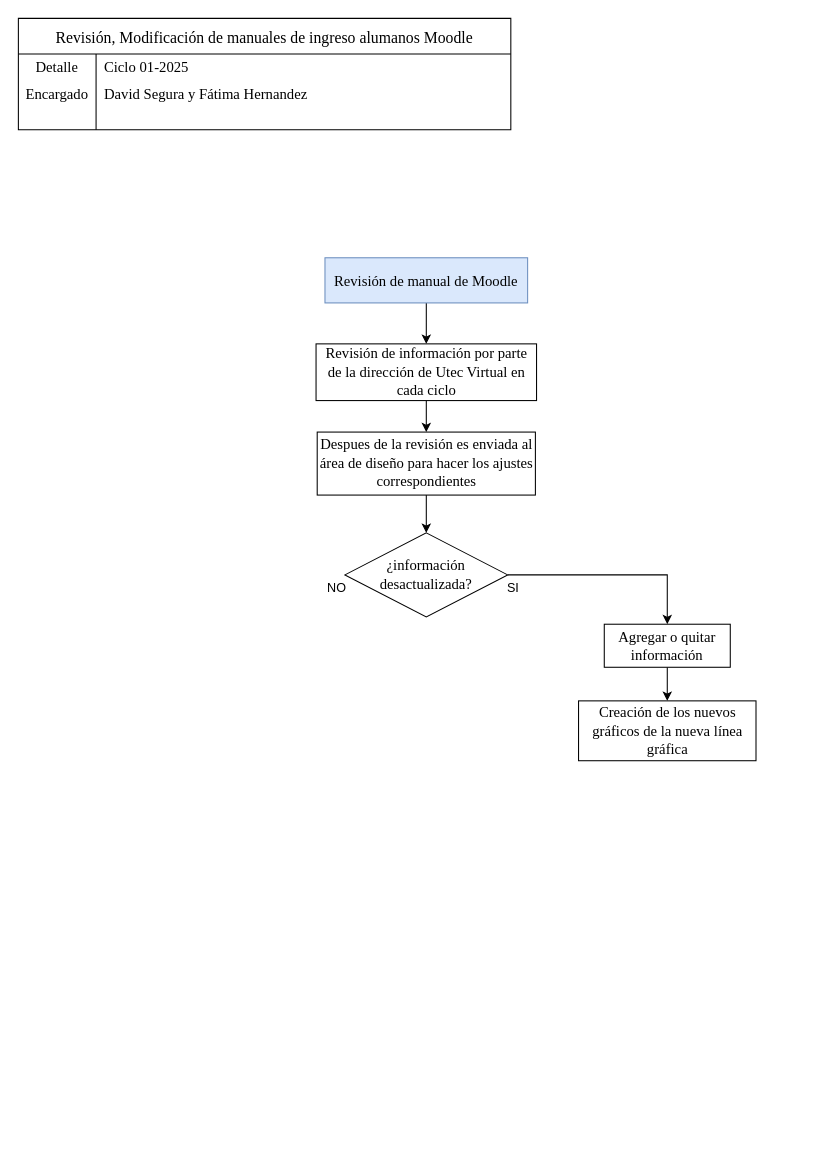
lobo200410/diagramas keeps this draw.io diagram as Proceso 4/Revisión, modificación de manuales de ingreso alumnos -Moodle.drawio. Above is the earlier version. Source tidied: cells renumbered, new cells numbered last; positions are measured from the earlier drawing's top-left corner, leaving out a move shared by most shapes. Both pictures are drawn from the tidied source at 105%, with x=0, y=0 at pixel (18, 18).
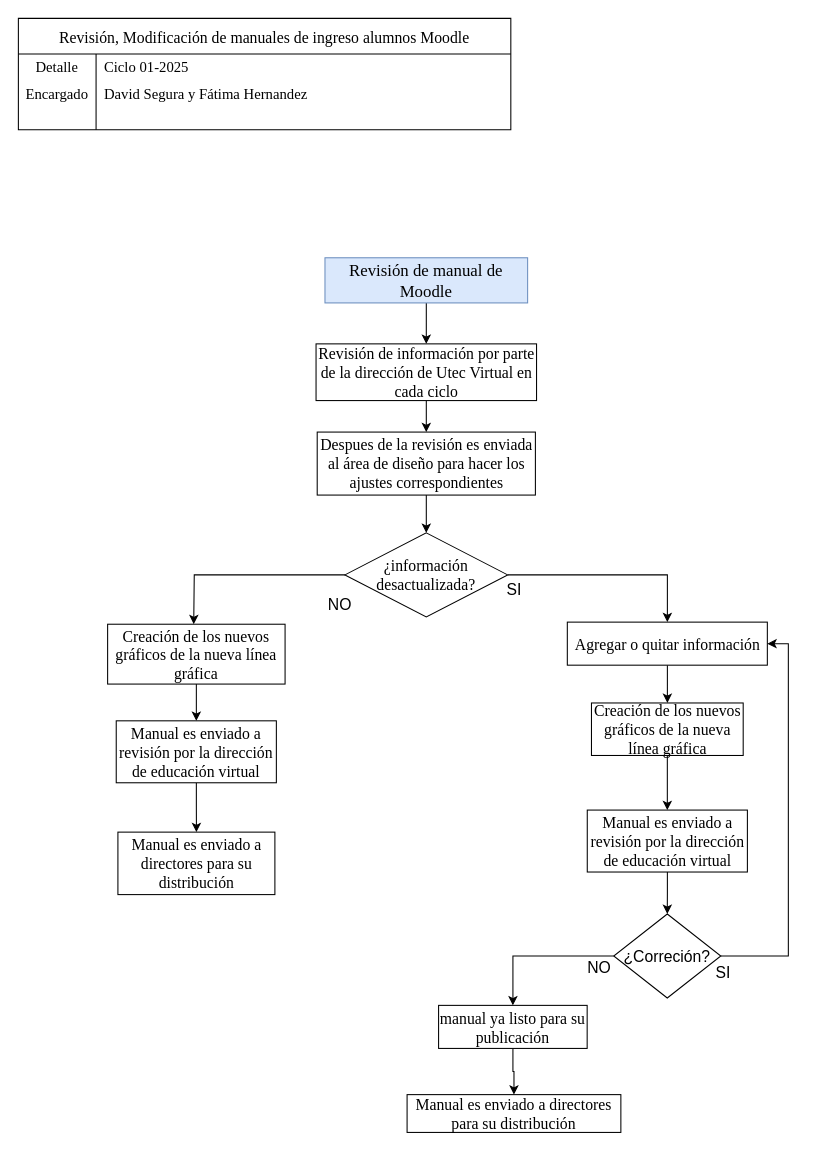
The same diagram, later.

The edit, as a diff of the source:
```diff
@@
-    <mxCell id="3" value="Revisión, Modificación de manuales de ingreso alumanos Moodle" style="shape=table;startSize=34;childLayout=tableLayout;rowLines=0;fontStyle=0;fontSize=15;fontFamily=Times New Roman;" parent="1" vertex="1">
+    <mxCell id="3" value="Revisión, Modificación de manuales de ingreso alumnos Moodle" style="shape=table;startSize=34;childLayout=tableLayout;rowLines=0;fontStyle=0;fontSize=15;fontFamily=Times New Roman;" parent="1" vertex="1">
       <mxGeometry width="469" height="106" as="geometry" />
     </mxCell>
@@
-    <mxCell id="13" style="edgeStyle=orthogonalEdgeStyle;rounded=0;jettySize=auto;html=1;" parent="1" edge="1" source="14" target="16">
+    <mxCell id="13" style="edgeStyle=orthogonalEdgeStyle;rounded=0;jettySize=auto;html=1;fontSize=15;" parent="1" edge="1" source="14" target="16">
       <mxGeometry relative="1" as="geometry" />
     </mxCell>
-    <mxCell id="14" value="&lt;font face=&quot;Times New Roman&quot;&gt;Revisión de manual de Moodle&lt;/font&gt;" style="rounded=0;whiteSpace=wrap;html=1;fillColor=#dae8fc;strokeColor=#6c8ebf;fontSize=14;" parent="1" vertex="1">
+    <mxCell id="14" value="&lt;font style=&quot;font-size: 16px;&quot; face=&quot;Times New Roman&quot;&gt;Revisión de manual de Moodle&lt;/font&gt;" style="rounded=0;whiteSpace=wrap;html=1;fillColor=#dae8fc;strokeColor=#6c8ebf;fontSize=15;" parent="1" vertex="1">
       <mxGeometry x="292" y="228" width="193" height="43" as="geometry" />
     </mxCell>
-    <mxCell id="15" style="edgeStyle=orthogonalEdgeStyle;rounded=0;jettySize=auto;html=1;" parent="1" edge="1" source="16" target="18">
+    <mxCell id="15" style="edgeStyle=orthogonalEdgeStyle;rounded=0;jettySize=auto;html=1;fontSize=15;" parent="1" edge="1" source="16" target="18">
       <mxGeometry relative="1" as="geometry" />
     </mxCell>
-    <mxCell id="16" value="&lt;font face=&quot;Times New Roman&quot;&gt;Revisión de información por parte de la dirección de Utec Virtual en cada ciclo&lt;/font&gt;" style="rounded=0;whiteSpace=wrap;html=1;fontSize=14;" parent="1" vertex="1">
+    <mxCell id="16" value="&lt;font face=&quot;Times New Roman&quot;&gt;Revisión de información por parte de la dirección de Utec Virtual en cada ciclo&lt;/font&gt;" style="rounded=0;whiteSpace=wrap;html=1;fontSize=15;" parent="1" vertex="1">
       <mxGeometry x="283.5" y="310" width="210" height="54" as="geometry" />
     </mxCell>
-    <mxCell id="17" style="edgeStyle=orthogonalEdgeStyle;rounded=0;jettySize=auto;html=1;" parent="1" edge="1" source="18" target="20">
+    <mxCell id="17" style="edgeStyle=orthogonalEdgeStyle;rounded=0;jettySize=auto;html=1;fontSize=15;" parent="1" edge="1" source="18" target="20">
       <mxGeometry relative="1" as="geometry" />
     </mxCell>
-    <mxCell id="18" value="&lt;font face=&quot;Times New Roman&quot;&gt;Despues de la revisión es enviada al área de diseño para hacer los ajustes correspondientes&lt;/font&gt;" style="whiteSpace=wrap;html=1;fontSize=14;rounded=0;" parent="1" vertex="1">
+    <mxCell id="18" value="&lt;font face=&quot;Times New Roman&quot;&gt;Despues de la revisión es enviada al área de diseño para hacer los ajustes correspondientes&lt;/font&gt;" style="whiteSpace=wrap;html=1;fontSize=15;rounded=0;" parent="1" vertex="1">
       <mxGeometry x="284.6" y="394" width="207.8" height="60" as="geometry" />
     </mxCell>
-    <mxCell id="19" style="edgeStyle=orthogonalEdgeStyle;rounded=0;jettySize=auto;html=1;" parent="1" edge="1" source="20" target="24">
+    <mxCell id="19" style="edgeStyle=orthogonalEdgeStyle;rounded=0;jettySize=auto;html=1;fontSize=15;" parent="1" edge="1" source="20" target="24">
       <mxGeometry relative="1" as="geometry" />
     </mxCell>
+    <mxCell id="26" style="edgeStyle=orthogonalEdgeStyle;rounded=0;jettySize=auto;html=1;fontSize=15;" parent="1" edge="1" source="20">
+      <mxGeometry relative="1" as="geometry">
+        <mxPoint x="167" y="577" as="targetPoint" />
+      </mxGeometry>
+    </mxCell>
-    <mxCell id="20" value="&lt;font face=&quot;Times New Roman&quot;&gt;¿información desactualizada?&lt;/font&gt;" style="rhombus;whiteSpace=wrap;html=1;fontSize=14;rounded=0;" parent="1" vertex="1">
+    <mxCell id="20" value="&lt;font face=&quot;Times New Roman&quot;&gt;¿información desactualizada?&lt;/font&gt;" style="rhombus;whiteSpace=wrap;html=1;fontSize=15;rounded=0;" parent="1" vertex="1">
       <mxGeometry x="311" y="490" width="155" height="80" as="geometry" />
     </mxCell>
-    <mxCell id="21" value="NO" style="text;html=1;align=center;verticalAlign=middle;strokeColor=none;fillColor=none;" parent="1" vertex="1">
-      <mxGeometry x="284.6" y="530" width="36" height="26" as="geometry" />
+    <mxCell id="21" value="NO" style="text;html=1;align=center;verticalAlign=middle;strokeColor=none;fillColor=none;fontSize=15;" parent="1" vertex="1">
+      <mxGeometry x="285" y="543" width="41" height="30" as="geometry" />
     </mxCell>
-    <mxCell id="22" value="SI" style="text;html=1;align=center;verticalAlign=middle;strokeColor=none;fillColor=none;" parent="1" vertex="1">
-      <mxGeometry x="456" y="530" width="29" height="26" as="geometry" />
+    <mxCell id="22" value="SI" style="text;html=1;align=center;verticalAlign=middle;strokeColor=none;fillColor=none;fontSize=15;" parent="1" vertex="1">
+      <mxGeometry x="456" y="529" width="32" height="30" as="geometry" />
     </mxCell>
-    <mxCell id="23" style="edgeStyle=orthogonalEdgeStyle;rounded=0;jettySize=auto;html=1;" parent="1" edge="1" source="24" target="25">
+    <mxCell id="23" style="edgeStyle=orthogonalEdgeStyle;rounded=0;jettySize=auto;html=1;fontSize=15;" parent="1" edge="1" source="24" target="25">
       <mxGeometry relative="1" as="geometry" />
     </mxCell>
-    <mxCell id="24" value="&lt;font face=&quot;Times New Roman&quot;&gt;Agregar o quitar información&lt;/font&gt;" style="whiteSpace=wrap;html=1;fontSize=14;rounded=0;" parent="1" vertex="1">
-      <mxGeometry x="558" y="577" width="120" height="41" as="geometry" />
+    <mxCell id="24" value="&lt;font face=&quot;Times New Roman&quot;&gt;Agregar o quitar información&lt;/font&gt;" style="whiteSpace=wrap;html=1;fontSize=15;rounded=0;" parent="1" vertex="1">
+      <mxGeometry x="522.8" y="575" width="190.5" height="41" as="geometry" />
     </mxCell>
+    <mxCell id="27" style="edgeStyle=orthogonalEdgeStyle;rounded=0;jettySize=auto;html=1;fontSize=15;" parent="1" edge="1" source="25" target="33">
+      <mxGeometry relative="1" as="geometry" />
+    </mxCell>
-    <mxCell id="25" value="&lt;font face=&quot;Times New Roman&quot;&gt;Creación de los nuevos gráficos de la nueva línea gráfica&lt;/font&gt;" style="whiteSpace=wrap;html=1;fontSize=14;rounded=0;" parent="1" vertex="1">
-      <mxGeometry x="533.5" y="650" width="169" height="57" as="geometry" />
+    <mxCell id="25" value="&lt;font face=&quot;Times New Roman&quot;&gt;Creación de los nuevos gráficos de la nueva línea gráfica&lt;/font&gt;" style="whiteSpace=wrap;html=1;fontSize=15;rounded=0;" parent="1" vertex="1">
+      <mxGeometry x="545.8" y="652" width="144.5" height="50" as="geometry" />
     </mxCell>
+    <mxCell id="28" style="edgeStyle=orthogonalEdgeStyle;rounded=0;jettySize=auto;html=1;fontSize=15;" parent="1" edge="1" source="29" target="31">
+      <mxGeometry relative="1" as="geometry" />
+    </mxCell>
+    <mxCell id="29" value="&lt;font face=&quot;Times New Roman&quot;&gt;Creación de los nuevos gráficos de la nueva línea gráfica&lt;/font&gt;" style="whiteSpace=wrap;html=1;fontSize=15;rounded=0;" parent="1" vertex="1">
+      <mxGeometry x="85" y="577" width="169" height="57" as="geometry" />
+    </mxCell>
+    <mxCell id="30" style="edgeStyle=orthogonalEdgeStyle;rounded=0;jettySize=auto;html=1;fontSize=15;" parent="1" edge="1" source="31" target="42">
+      <mxGeometry relative="1" as="geometry" />
+    </mxCell>
+    <mxCell id="31" value="&lt;font face=&quot;Times New Roman&quot;&gt;Manual es enviado a revisión por la dirección de educación virtual&lt;/font&gt;" style="whiteSpace=wrap;html=1;fontSize=15;rounded=0;" parent="1" vertex="1">
+      <mxGeometry x="93.2" y="669" width="152.5" height="59" as="geometry" />
+    </mxCell>
+    <mxCell id="32" style="edgeStyle=orthogonalEdgeStyle;rounded=0;jettySize=auto;html=1;fontSize=15;" parent="1" edge="1" source="33" target="36">
+      <mxGeometry relative="1" as="geometry" />
+    </mxCell>
+    <mxCell id="33" value="&lt;font face=&quot;Times New Roman&quot;&gt;Manual es enviado a revisión por la dirección de educación virtual&lt;/font&gt;" style="whiteSpace=wrap;html=1;fontSize=15;rounded=0;" parent="1" vertex="1">
+      <mxGeometry x="541.8" y="754" width="152.5" height="59" as="geometry" />
+    </mxCell>
+    <mxCell id="34" style="edgeStyle=orthogonalEdgeStyle;rounded=0;jettySize=auto;html=1;exitX=1;exitY=0.5;exitDx=0;exitDy=0;entryX=1;entryY=0.5;entryDx=0;entryDy=0;fontSize=15;" parent="1" edge="1" source="36" target="24">
+      <mxGeometry relative="1" as="geometry" />
+    </mxCell>
+    <mxCell id="35" style="edgeStyle=orthogonalEdgeStyle;rounded=0;jettySize=auto;html=1;fontSize=15;" parent="1" edge="1" source="36" target="39">
+      <mxGeometry relative="1" as="geometry" />
+    </mxCell>
+    <mxCell id="36" value="¿Correción?" style="rhombus;whiteSpace=wrap;html=1;fontSize=15;rounded=0;" parent="1" vertex="1">
+      <mxGeometry x="567" y="853" width="102" height="80" as="geometry" />
+    </mxCell>
+    <mxCell id="37" value="SI" style="text;html=1;align=center;verticalAlign=middle;strokeColor=none;fillColor=none;fontSize=15;" parent="1" vertex="1">
+      <mxGeometry x="655" y="893" width="32" height="30" as="geometry" />
+    </mxCell>
+    <mxCell id="38" style="edgeStyle=orthogonalEdgeStyle;rounded=0;jettySize=auto;html=1;fontSize=15;" parent="1" edge="1" source="39" target="41">
+      <mxGeometry relative="1" as="geometry" />
+    </mxCell>
+    <mxCell id="39" value="&lt;font face=&quot;Times New Roman&quot;&gt;manual ya listo para su publicación&lt;/font&gt;" style="whiteSpace=wrap;html=1;fontSize=15;rounded=0;" parent="1" vertex="1">
+      <mxGeometry x="400.2" y="940" width="141.5" height="41" as="geometry" />
+    </mxCell>
+    <mxCell id="40" value="NO&lt;div&gt;&lt;br&gt;&lt;/div&gt;" style="text;html=1;align=center;verticalAlign=middle;strokeColor=none;fillColor=none;fontSize=15;" parent="1" vertex="1">
+      <mxGeometry x="532.8" y="889" width="41" height="48" as="geometry" />
+    </mxCell>
+    <mxCell id="41" value="&lt;font face=&quot;Times New Roman&quot;&gt;Manual es enviado a directores para su distribución&lt;/font&gt;" style="whiteSpace=wrap;html=1;fontSize=15;rounded=0;" parent="1" vertex="1">
+      <mxGeometry x="370.2" y="1025" width="203.6" height="36" as="geometry" />
+    </mxCell>
+    <mxCell id="42" value="&lt;font face=&quot;Times New Roman&quot;&gt;Manual es enviado a directores para su distribución&lt;/font&gt;" style="whiteSpace=wrap;html=1;fontSize=15;rounded=0;" parent="1" vertex="1">
+      <mxGeometry x="94.8" y="775" width="149.5" height="59.5" as="geometry" />
+    </mxCell>
```
